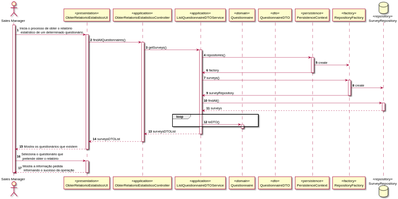
Earlier version of the PlantUML export docs/1201386/US3002/SD_ObterRelatorioEstatistico.svg (0franciscor/lei21_22_s4_2de_01). Source of this version:
```plantuml
@startuml

autonumber
actor "Sales Manager" as SM
participant ObterRelatorioEstatisticoUI as UI <<presentation>>
participant ObterRelatorioEstatisticoController as Controller <<application>>
participant ListQuestionnaireDTOService as serv <<application>>
participant "Questionnaire" as Domain <<domain>>
participant "QuestionnaireDTO" as DTO <<dto>>
participant PersistenceContext as Persistence <<persistence>>
participant RepositoryFactory as Factory <<factory>>
database SurveyRepository as repository <<repository>>

activate SM
SM -> UI : Inicia o processo de obter o relatório\n estatístico de um determinado questionário
activate UI
UI->Controller: findAllQuestionnaires()
activate Controller

Controller -> serv: getSurveys()
activate serv
serv-> Persistence: repositories()
activate Persistence
Persistence -> Factory: create
Persistence -> serv: factory
deactivate Persistence
serv -> Factory: surveys()
activate Factory
Factory -> repository: create
Factory -> serv: surveyRepository
deactivate Factory
serv->repository:findAll()
activate repository
repository -->serv: surveys
deactivate repository
loop
serv -> Domain: toDTO()
activate Domain
end
deactivate Domain
serv --> Controller : surveysDTOList
deactivate serv
Controller --> UI : surveysDTOList
deactivate Controller
UI --> SM : Mostra os questionários que existem
deactivate UI
SM -> UI : Seleciona o questionário que\n pretende obter o relatório
activate UI
UI --> SM : Mostra a informação pedida\n informando o sucesso da operação
deactivate UI

deactivate SM

@enduml
```
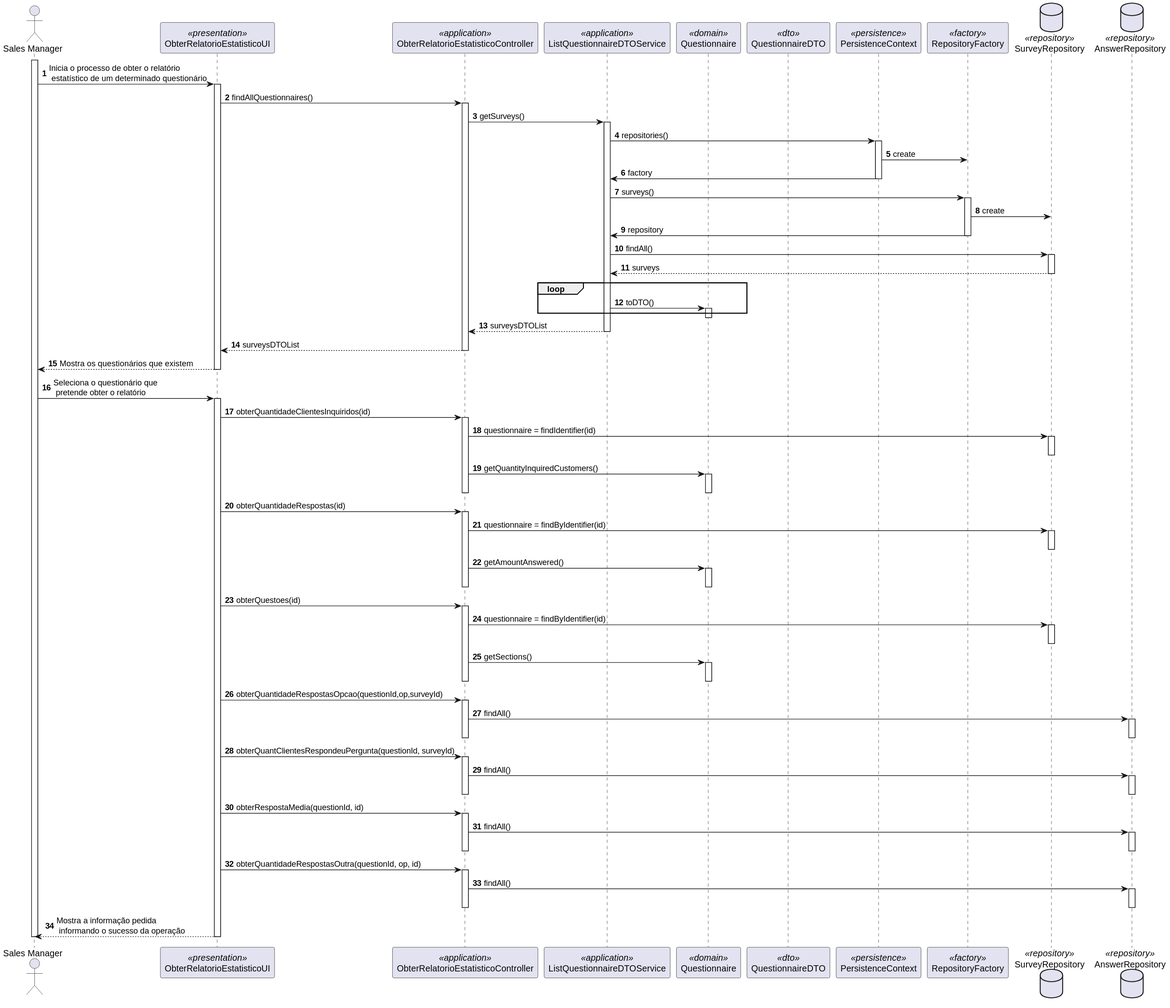
Later version of the same file.

Commit message:
#24 - Sequence Diagram Update

What changed in the source:
```diff
@@ -10,6 +10,7 @@
 participant PersistenceContext as Persistence <<persistence>>
 participant RepositoryFactory as Factory <<factory>>
 database SurveyRepository as repository <<repository>>
+database AnswerRepository as ansrepository <<repository>>
 
 activate SM
 SM -> UI : Inicia o processo de obter o relatório\n estatístico de um determinado questionário
@@ -27,7 +28,7 @@
 serv -> Factory: surveys()
 activate Factory
 Factory -> repository: create
-Factory -> serv: surveyRepository
+Factory -> serv: repository
 deactivate Factory
 serv->repository:findAll()
 activate repository
@@ -46,6 +47,59 @@
 deactivate UI
 SM -> UI : Seleciona o questionário que\n pretende obter o relatório
 activate UI
+UI -> Controller : obterQuantidadeClientesInquiridos(id)
+activate Controller
+Controller -> repository : questionnaire = findIdentifier(id)
+activate repository
+deactivate repository
+Controller -> Domain : getQuantityInquiredCustomers()
+activate Domain
+deactivate Domain
+deactivate Controller
+UI -> Controller : obterQuantidadeRespostas(id)
+activate Controller
+Controller -> repository : questionnaire = findByIdentifier(id)
+activate repository
+deactivate repository
+Controller -> Domain : getAmountAnswered()
+activate Domain
+deactivate Domain
+deactivate Controller
+UI -> Controller : obterQuestoes(id)
+activate Controller
+Controller -> repository : questionnaire = findByIdentifier(id)
+activate repository
+deactivate repository
+Controller -> Domain : getSections()
+activate Domain
+deactivate Domain
+deactivate Controller
+UI -> Controller : obterQuantidadeRespostasOpcao(questionId,op,surveyId)
+activate Controller
+Controller -> ansrepository : findAll()
+activate ansrepository
+deactivate ansrepository
+deactivate Controller
+UI -> Controller : obterQuantClientesRespondeuPergunta(questionId, surveyId)
+activate Controller
+Controller -> ansrepository : findAll()
+activate ansrepository
+deactivate ansrepository
+deactivate Controller
+UI -> Controller : obterRespostaMedia(questionId, id)
+activate Controller
+Controller -> ansrepository : findAll()
+activate ansrepository
+deactivate ansrepository
+deactivate Controller
+
+UI -> Controller : obterQuantidadeRespostasOutra(questionId, op, id)
+activate Controller
+Controller -> ansrepository : findAll()
+activate ansrepository
+deactivate ansrepository
+deactivate Controller
+
 UI --> SM : Mostra a informação pedida\n informando o sucesso da operação
 deactivate UI
 
```
